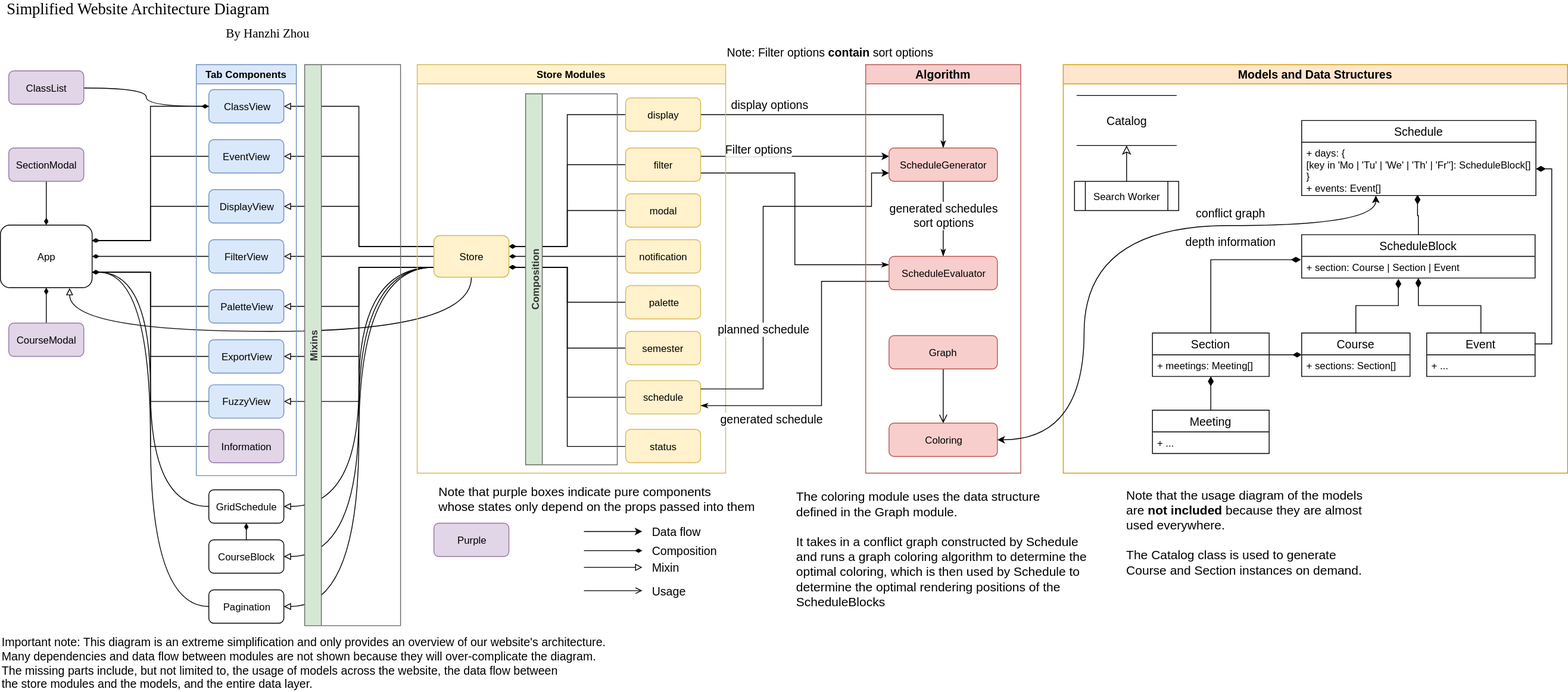
Before: docs/Website Architecture.svg, a diagram exported from draw.io (awesome-schedule/plannable). Source tidied: cells renumbered, new cells last; positions are measured from the earlier drawing's top-left corner, leaving out a move shared by most shapes.
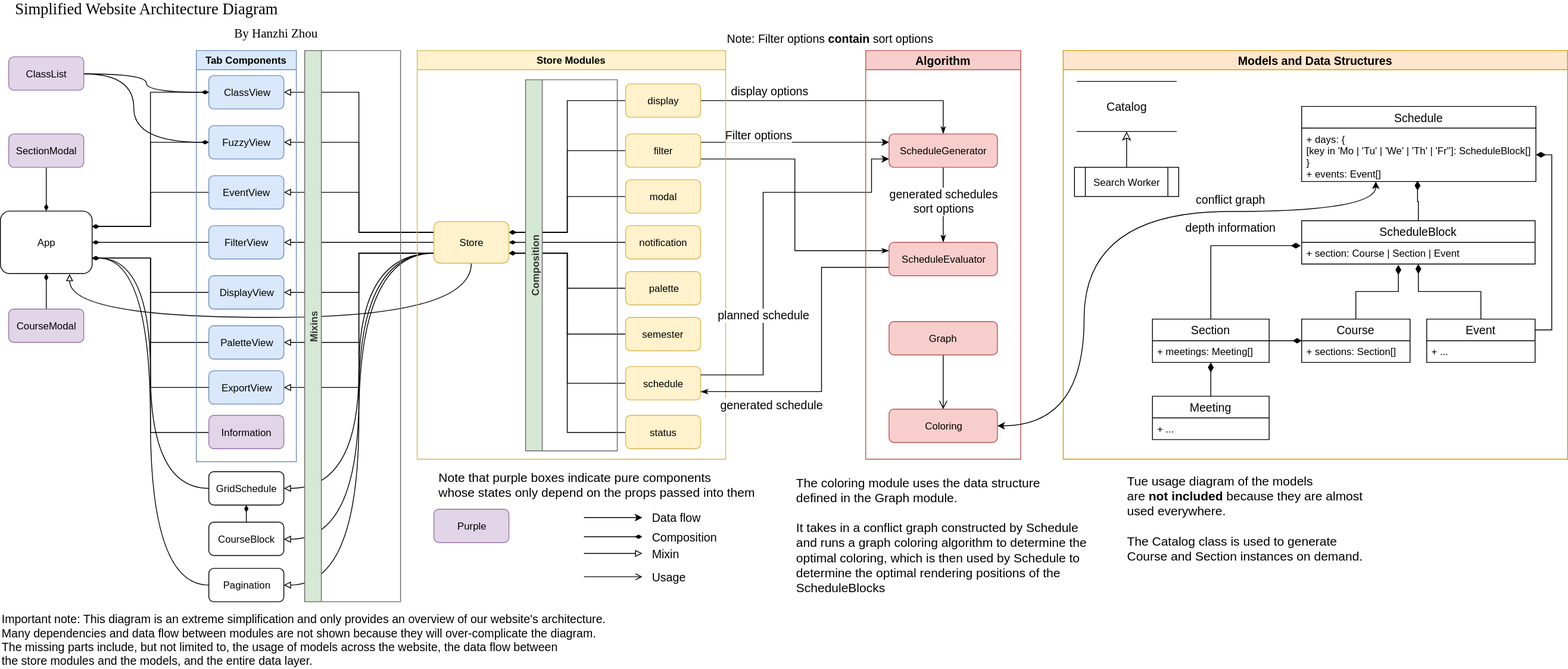
Above is the later version.

Commit message:
generate architecture svg

What changed in the source:
```diff
@@ -34,2 +34,5 @@
     </mxCell>
+    <mxCell id="15" style="edgeStyle=orthogonalEdgeStyle;rounded=0;jettySize=auto;html=1;exitX=0;exitY=0.75;exitDx=0;exitDy=0;entryX=1;entryY=0.5;entryDx=0;entryDy=0;endArrow=block;endFill=0;startArrow=none;startFill=0;" parent="1" edge="1" source="21" target="38">
+      <mxGeometry relative="1" as="geometry" />
+    </mxCell>
     <mxCell id="12" style="edgeStyle=orthogonalEdgeStyle;rounded=0;jettySize=auto;html=1;exitX=0;exitY=0.75;exitDx=0;exitDy=0;entryX=1;entryY=0.5;entryDx=0;entryDy=0;endArrow=block;endFill=0;startArrow=none;startFill=0;" parent="1" edge="1" source="21" target="44">
@@ -37,5 +40,5 @@
     </mxCell>
-    <mxCell id="13" style="edgeStyle=orthogonalEdgeStyle;rounded=0;jettySize=auto;html=1;exitX=0;exitY=0.75;exitDx=0;exitDy=0;entryX=1;entryY=0.5;entryDx=0;entryDy=0;endArrow=block;endFill=0;startArrow=none;startFill=0;" parent="1" edge="1" source="21" target="46">
-      <mxGeometry relative="1" as="geometry" />
-    </mxCell>
+    <mxCell id="20" style="edgeStyle=orthogonalEdgeStyle;rounded=0;jettySize=auto;html=1;exitX=0;exitY=0.25;exitDx=0;exitDy=0;entryX=1;entryY=0.5;entryDx=0;entryDy=0;endArrow=block;endFill=0;startArrow=none;startFill=0;" parent="1" edge="1" source="21" target="50">
+      <mxGeometry relative="1" as="geometry" />
+    </mxCell>
     <mxCell id="14" style="edgeStyle=orthogonalEdgeStyle;rounded=0;jettySize=auto;html=1;exitX=0;exitY=0.25;exitDx=0;exitDy=0;entryX=1;entryY=0.5;entryDx=0;entryDy=0;endArrow=block;endFill=0;startArrow=none;startFill=0;" parent="1" edge="1" source="21" target="36">
@@ -43,5 +46,2 @@
     </mxCell>
-    <mxCell id="15" style="edgeStyle=orthogonalEdgeStyle;rounded=0;jettySize=auto;html=1;exitX=0;exitY=0.25;exitDx=0;exitDy=0;entryX=1;entryY=0.5;entryDx=0;entryDy=0;endArrow=block;endFill=0;startArrow=none;startFill=0;" parent="1" edge="1" source="21" target="38">
-      <mxGeometry relative="1" as="geometry" />
-    </mxCell>
     <mxCell id="16" style="edgeStyle=orthogonalEdgeStyle;curved=1;rounded=0;jettySize=auto;html=1;exitX=0;exitY=0.75;exitDx=0;exitDy=0;startArrow=none;startFill=0;endArrow=block;endFill=0;entryX=1;entryY=0.5;entryDx=0;entryDy=0;" parent="1" edge="1" source="21" target="61">
@@ -63,5 +63,5 @@
     </mxCell>
-    <mxCell id="20" style="edgeStyle=orthogonalEdgeStyle;rounded=0;jettySize=auto;html=1;exitX=0;exitY=0.75;exitDx=0;exitDy=0;entryX=1;entryY=0.5;entryDx=0;entryDy=0;endArrow=block;endFill=0;" parent="1" edge="1" source="21" target="50">
-      <mxGeometry relative="1" as="geometry" />
-    </mxCell>
+    <mxCell id="13" style="edgeStyle=orthogonalEdgeStyle;rounded=0;jettySize=auto;html=1;exitX=0;exitY=0.75;exitDx=0;exitDy=0;entryX=1;entryY=0.5;entryDx=0;entryDy=0;endArrow=block;endFill=0;" parent="1" edge="1" source="21" target="46">
+      <mxGeometry relative="1" as="geometry" />
+    </mxCell>
     <mxCell id="21" value="Store" style="rounded=1;whiteSpace=wrap;html=1;fillColor=#fff2cc;strokeColor=#d6b656;" parent="1" vertex="1">
@@ -119,2 +119,8 @@
     </mxCell>
+    <mxCell id="121" style="edgeStyle=orthogonalEdgeStyle;rounded=0;jettySize=auto;html=1;exitX=0;exitY=0.5;exitDx=0;exitDy=0;entryX=1;entryY=0.25;entryDx=0;entryDy=0;endArrow=diamondThin;endFill=1;" parent="1" edge="1" source="50" target="40">
+      <mxGeometry relative="1" as="geometry" />
+    </mxCell>
+    <mxCell id="50" value="FuzzyView" style="rounded=1;whiteSpace=wrap;html=1;fillColor=#dae8fc;strokeColor=#6c8ebf;" parent="1" vertex="1">
+      <mxGeometry x="250" y="167" width="90" height="40" as="geometry" />
+    </mxCell>
     <mxCell id="35" style="edgeStyle=orthogonalEdgeStyle;rounded=0;jettySize=auto;html=1;exitX=0;exitY=0.5;exitDx=0;exitDy=0;entryX=1;entryY=0.25;entryDx=0;entryDy=0;endArrow=diamondThin;endFill=1;" parent="1" edge="1" source="36" target="40">
@@ -123,10 +129,4 @@
     <mxCell id="36" value="EventView" style="rounded=1;whiteSpace=wrap;html=1;fillColor=#dae8fc;strokeColor=#6c8ebf;" parent="1" vertex="1">
-      <mxGeometry x="250" y="167" width="90" height="40" as="geometry" />
+      <mxGeometry x="250" y="227" width="90" height="40" as="geometry" />
     </mxCell>
-    <mxCell id="37" style="edgeStyle=orthogonalEdgeStyle;rounded=0;jettySize=auto;html=1;exitX=0;exitY=0.5;exitDx=0;exitDy=0;entryX=1;entryY=0.25;entryDx=0;entryDy=0;endArrow=diamondThin;endFill=1;" parent="1" edge="1" source="38" target="40">
-      <mxGeometry relative="1" as="geometry" />
-    </mxCell>
-    <mxCell id="38" value="DisplayView" style="rounded=1;whiteSpace=wrap;html=1;fillColor=#dae8fc;strokeColor=#6c8ebf;" parent="1" vertex="1">
-      <mxGeometry x="250" y="227" width="90" height="40" as="geometry" />
-    </mxCell>
     <mxCell id="39" style="edgeStyle=orthogonalEdgeStyle;rounded=0;jettySize=auto;html=1;exitX=1;exitY=0.25;exitDx=0;exitDy=0;entryX=0;entryY=0.5;entryDx=0;entryDy=0;endArrow=none;endFill=0;startArrow=diamondThin;startFill=1;" parent="1" edge="1" source="40" target="34">
@@ -148,3 +148,9 @@
     </mxCell>
+    <mxCell id="37" style="edgeStyle=orthogonalEdgeStyle;rounded=0;jettySize=auto;html=1;exitX=0;exitY=0.5;exitDx=0;exitDy=0;entryX=1;entryY=0.75;entryDx=0;entryDy=0;endArrow=diamondThin;endFill=1;" parent="1" edge="1" source="38" target="40">
+      <mxGeometry relative="1" as="geometry" />
+    </mxCell>
+    <mxCell id="38" value="DisplayView" style="rounded=1;whiteSpace=wrap;html=1;fillColor=#dae8fc;strokeColor=#6c8ebf;" parent="1" vertex="1">
+      <mxGeometry x="250" y="347" width="90" height="40" as="geometry" />
+    </mxCell>
-    <mxCell id="43" style="edgeStyle=orthogonalEdgeStyle;rounded=0;jettySize=auto;html=1;exitX=0;exitY=0.5;exitDx=0;exitDy=0;entryX=1;entryY=0.75;entryDx=0;entryDy=0;endArrow=diamondThin;endFill=1;" parent="1" edge="1" source="44" target="40">
+    <mxCell id="43" style="edgeStyle=orthogonalEdgeStyle;rounded=0;jettySize=auto;html=1;exitX=0;exitY=0.5;exitDx=0;exitDy=0;endArrow=diamondThin;endFill=1;entryX=1;entryY=0.75;entryDx=0;entryDy=0;" parent="1" edge="1" source="44" target="40">
       <mxGeometry relative="1" as="geometry" />
@@ -152,10 +158,4 @@
     <mxCell id="44" value="PaletteView" style="rounded=1;whiteSpace=wrap;html=1;fillColor=#dae8fc;strokeColor=#6c8ebf;" parent="1" vertex="1">
-      <mxGeometry x="250" y="347" width="90" height="40" as="geometry" />
+      <mxGeometry x="250" y="407" width="90" height="40" as="geometry" />
     </mxCell>
-    <mxCell id="45" style="edgeStyle=orthogonalEdgeStyle;rounded=0;jettySize=auto;html=1;exitX=0;exitY=0.5;exitDx=0;exitDy=0;endArrow=diamondThin;endFill=1;entryX=1;entryY=0.75;entryDx=0;entryDy=0;" parent="1" edge="1" source="46" target="40">
-      <mxGeometry relative="1" as="geometry" />
-    </mxCell>
-    <mxCell id="46" value="ExportView" style="rounded=1;whiteSpace=wrap;html=1;fillColor=#dae8fc;strokeColor=#6c8ebf;" parent="1" vertex="1">
-      <mxGeometry x="250" y="407" width="90" height="40" as="geometry" />
-    </mxCell>
     <mxCell id="47" style="edgeStyle=orthogonalEdgeStyle;rounded=0;jettySize=auto;html=1;exitX=0;exitY=0.5;exitDx=0;exitDy=0;entryX=1;entryY=0.75;entryDx=0;entryDy=0;endArrow=diamondThin;endFill=1;" parent="1" edge="1" source="49" target="40">
@@ -169,5 +169,5 @@
     </mxCell>
-    <mxCell id="50" value="FuzzyView" style="rounded=1;whiteSpace=wrap;html=1;fillColor=#dae8fc;strokeColor=#6c8ebf;" parent="48" vertex="1">
-      <mxGeometry x="15" y="384" width="90" height="40" as="geometry" />
-    </mxCell>
+    <mxCell id="46" value="ExportView" style="rounded=1;whiteSpace=wrap;html=1;fillColor=#dae8fc;strokeColor=#6c8ebf;" parent="48" vertex="1">
+      <mxGeometry x="15" y="384" width="90" height="40" as="geometry" />
+    </mxCell>
     <mxCell id="51" value="Store Modules" style="swimlane;startSize=23;fillColor=#fff2cc;strokeColor=#d6b656;" parent="1" vertex="1">
@@ -185,7 +185,20 @@
     <mxCell id="55" value="Mixins" style="swimlane;html=1;horizontal=0;startSize=20;fillColor=#D5E8D4;strokeColor=#666666;fontColor=#333333;shadow=0;glass=0;noLabel=0;" parent="1" vertex="1">
-      <mxGeometry x="365" y="77" width="115" height="673" as="geometry" />
+      <mxGeometry x="365" y="77" width="115" height="661" as="geometry" />
     </mxCell>
-    <mxCell id="56" style="edgeStyle=orthogonalEdgeStyle;rounded=0;jettySize=auto;html=1;entryX=0;entryY=0.5;entryDx=0;entryDy=0;startArrow=none;startFill=0;endArrow=diamondThin;endFill=1;curved=1;" parent="1" edge="1" source="57" target="34">
-      <mxGeometry relative="1" as="geometry" />
+    <mxCell id="56" style="rounded=0;jettySize=auto;html=1;entryX=0;entryY=0.5;entryDx=0;entryDy=0;startArrow=none;startFill=0;endArrow=diamondThin;endFill=1;edgeStyle=orthogonalEdgeStyle;curved=1;" parent="1" edge="1" source="57" target="34">
+      <mxGeometry relative="1" as="geometry">
+        <Array as="points">
+          <mxPoint x="175" y="105" />
+          <mxPoint x="175" y="127" />
+        </Array>
+      </mxGeometry>
     </mxCell>
+    <mxCell id="122" style="edgeStyle=orthogonalEdgeStyle;rounded=0;jettySize=auto;html=1;exitX=1;exitY=0.5;exitDx=0;exitDy=0;entryX=0;entryY=0.5;entryDx=0;entryDy=0;curved=1;endArrow=diamondThin;endFill=1;" parent="1" edge="1" source="57" target="50">
+      <mxGeometry relative="1" as="geometry">
+        <Array as="points">
+          <mxPoint x="160" y="105" />
+          <mxPoint x="160" y="187" />
+        </Array>
+      </mxGeometry>
+    </mxCell>
     <mxCell id="57" value="ClassList" style="rounded=1;whiteSpace=wrap;html=1;shadow=0;glass=0;fillColor=#e1d5e7;strokeColor=#9673a6;" parent="1" vertex="1">
@@ -197,3 +210,3 @@
     <mxCell id="59" value="Pagination" style="rounded=1;whiteSpace=wrap;html=1;" parent="1" vertex="1">
-      <mxGeometry x="250" y="707" width="90" height="40" as="geometry" />
+      <mxGeometry x="250" y="698" width="90" height="40" as="geometry" />
     </mxCell>
@@ -203,3 +216,3 @@
     <mxCell id="61" value="GridSchedule" style="rounded=1;whiteSpace=wrap;html=1;" parent="1" vertex="1">
-      <mxGeometry x="250" y="587" width="90" height="40" as="geometry" />
+      <mxGeometry x="250" y="582" width="90" height="40" as="geometry" />
     </mxCell>
@@ -209,3 +222,3 @@
     <mxCell id="63" value="CourseBlock" style="rounded=1;whiteSpace=wrap;html=1;" parent="1" vertex="1">
-      <mxGeometry x="250" y="647" width="90" height="40" as="geometry" />
+      <mxGeometry x="250" y="642.5" width="90" height="40" as="geometry" />
     </mxCell>
@@ -271,8 +284,8 @@
     </mxCell>
-    <mxCell id="78" style="edgeStyle=orthogonalEdgeStyle;rounded=0;orthogonalLoop=1;jettySize=auto;html=1;fontSize=14;" parent="1" edge="1">
-      <mxGeometry relative="1" as="geometry">
-        <mxPoint x="700" y="637" as="sourcePoint" />
-        <mxPoint x="770" y="637" as="targetPoint" />
-      </mxGeometry>
-    </mxCell>
+    <mxCell id="123" style="edgeStyle=orthogonalEdgeStyle;rounded=0;orthogonalLoop=1;jettySize=auto;html=1;fontSize=14;" parent="1" edge="1">
+      <mxGeometry relative="1" as="geometry">
+        <mxPoint x="700" y="637" as="sourcePoint" />
+        <mxPoint x="770" y="637" as="targetPoint" />
+      </mxGeometry>
+    </mxCell>
     <mxCell id="79" value="Data flow" style="text;html=1;align=left;verticalAlign=top;spacingTop=-4;fontSize=14;" parent="1" vertex="1">
@@ -280,8 +293,8 @@
     </mxCell>
-    <mxCell id="80" style="edgeStyle=orthogonalEdgeStyle;rounded=0;orthogonalLoop=1;jettySize=auto;html=1;fontSize=14;endArrow=diamondThin;endFill=1;" parent="1" edge="1">
-      <mxGeometry relative="1" as="geometry">
-        <mxPoint x="700" y="660" as="sourcePoint" />
-        <mxPoint x="770" y="660" as="targetPoint" />
-      </mxGeometry>
-    </mxCell>
+    <mxCell id="124" style="edgeStyle=orthogonalEdgeStyle;rounded=0;orthogonalLoop=1;jettySize=auto;html=1;fontSize=14;endArrow=diamondThin;endFill=1;" parent="1" edge="1">
+      <mxGeometry relative="1" as="geometry">
+        <mxPoint x="700" y="660" as="sourcePoint" />
+        <mxPoint x="770" y="660" as="targetPoint" />
+      </mxGeometry>
+    </mxCell>
     <mxCell id="81" value="Composition" style="text;html=1;align=left;verticalAlign=top;spacingTop=-4;fontSize=14;" parent="1" vertex="1">
@@ -289,8 +302,8 @@
     </mxCell>
-    <mxCell id="82" style="edgeStyle=orthogonalEdgeStyle;rounded=0;orthogonalLoop=1;jettySize=auto;html=1;fontSize=14;endArrow=block;endFill=0;" parent="1" edge="1">
-      <mxGeometry relative="1" as="geometry">
-        <mxPoint x="700" y="680" as="sourcePoint" />
-        <mxPoint x="770" y="680" as="targetPoint" />
-      </mxGeometry>
-    </mxCell>
+    <mxCell id="125" style="edgeStyle=orthogonalEdgeStyle;rounded=0;orthogonalLoop=1;jettySize=auto;html=1;fontSize=14;endArrow=block;endFill=0;" parent="1" edge="1">
+      <mxGeometry relative="1" as="geometry">
+        <mxPoint x="700" y="680" as="sourcePoint" />
+        <mxPoint x="770" y="680" as="targetPoint" />
+      </mxGeometry>
+    </mxCell>
     <mxCell id="83" value="Mixin" style="text;html=1;align=left;verticalAlign=top;spacingTop=-4;fontSize=14;" parent="1" vertex="1">
@@ -396,8 +409,8 @@
     </mxCell>
-    <mxCell id="114" style="edgeStyle=orthogonalEdgeStyle;rounded=0;orthogonalLoop=1;jettySize=auto;html=1;fontSize=14;endArrow=open;endFill=0;" parent="1" edge="1">
-      <mxGeometry relative="1" as="geometry">
-        <mxPoint x="700" y="708" as="sourcePoint" />
-        <mxPoint x="770" y="708" as="targetPoint" />
-      </mxGeometry>
-    </mxCell>
+    <mxCell id="126" style="edgeStyle=orthogonalEdgeStyle;rounded=0;orthogonalLoop=1;jettySize=auto;html=1;fontSize=14;endArrow=open;endFill=0;" parent="1" edge="1">
+      <mxGeometry relative="1" as="geometry">
+        <mxPoint x="700" y="708" as="sourcePoint" />
+        <mxPoint x="770" y="708" as="targetPoint" />
+      </mxGeometry>
+    </mxCell>
     <mxCell id="115" value="Usage" style="text;html=1;align=left;verticalAlign=top;spacingTop=-4;fontSize=14;" parent="1" vertex="1">
@@ -408,17 +421,17 @@
     </mxCell>
-    <mxCell id="117" value="&lt;div style=&quot;text-align: left ; font-size: 15px&quot;&gt;Note that the usage diagram of the models&amp;nbsp;&lt;/div&gt;&lt;div style=&quot;text-align: left ; font-size: 15px&quot;&gt;are &lt;b&gt;not&amp;nbsp;&lt;/b&gt;&lt;b&gt;included&lt;/b&gt;&lt;span&gt; because they are almost&amp;nbsp;&lt;/span&gt;&lt;/div&gt;&lt;div style=&quot;text-align: left ; font-size: 15px&quot;&gt;&lt;span&gt;used&amp;nbsp;&lt;/span&gt;&lt;span&gt;everywhere.&lt;/span&gt;&lt;/div&gt;&lt;div style=&quot;text-align: left ; font-size: 15px&quot;&gt;&lt;br&gt;&lt;/div&gt;&lt;div style=&quot;text-align: left ; font-size: 15px&quot;&gt;The Catalog class is used to generate&amp;nbsp;&lt;/div&gt;&lt;div style=&quot;text-align: left ; font-size: 15px&quot;&gt;Course and Section instances on demand.&lt;/div&gt;" style="text;html=1;align=center;verticalAlign=middle;fillColor=none;strokeColor=none;rounded=0;shadow=0;glass=0;fontSize=15;" parent="1" vertex="1">
-      <mxGeometry x="1345" y="582" width="300" height="110" as="geometry" />
-    </mxCell>
+    <mxCell id="127" value="&lt;div style=&quot;text-align: left ; font-size: 15px&quot;&gt;Tue usage diagram of the models&amp;nbsp;&lt;/div&gt;&lt;div style=&quot;text-align: left ; font-size: 15px&quot;&gt;are &lt;b&gt;not&amp;nbsp;&lt;/b&gt;&lt;b&gt;included&lt;/b&gt;&lt;span&gt; because they are almost&amp;nbsp;&lt;/span&gt;&lt;/div&gt;&lt;div style=&quot;text-align: left ; font-size: 15px&quot;&gt;&lt;span&gt;used&amp;nbsp;&lt;/span&gt;&lt;span&gt;everywhere.&lt;/span&gt;&lt;/div&gt;&lt;div style=&quot;text-align: left ; font-size: 15px&quot;&gt;&lt;br&gt;&lt;/div&gt;&lt;div style=&quot;text-align: left ; font-size: 15px&quot;&gt;The Catalog class is used to generate&amp;nbsp;&lt;/div&gt;&lt;div style=&quot;text-align: left ; font-size: 15px&quot;&gt;Course and Section instances on demand.&lt;/div&gt;" style="text;html=1;align=center;verticalAlign=middle;fillColor=none;strokeColor=none;rounded=0;shadow=0;glass=0;fontSize=15;" parent="1" vertex="1">
+      <mxGeometry x="1345" y="582" width="300" height="110" as="geometry" />
+    </mxCell>
     <mxCell id="118" value="&lt;font face=&quot;Verdana&quot;&gt;&lt;span style=&quot;font-size: 19px&quot;&gt;Simplified Website Architecture Diagram&lt;/span&gt;&lt;/font&gt;" style="text;html=1;align=center;verticalAlign=middle;fillColor=none;strokeColor=none;rounded=0;labelBackgroundColor=none;fontSize=14;" parent="1" vertex="1">
-      <mxGeometry width="400" height="20" as="geometry" />
+      <mxGeometry x="10" y="17" width="400" height="20" as="geometry" />
     </mxCell>
     <mxCell id="119" value="&lt;font face=&quot;Verdana&quot; style=&quot;font-size: 15px&quot;&gt;By Hanzhi Zhou&lt;/font&gt;" style="text;html=1;align=center;verticalAlign=middle;fillColor=none;strokeColor=none;rounded=0;labelBackgroundColor=none;fontSize=14;" parent="1" vertex="1">
-      <mxGeometry x="265" y="28.5" width="130" height="20" as="geometry" />
+      <mxGeometry x="275" y="45.5" width="130" height="20" as="geometry" />
     </mxCell>
     <mxCell id="120" value="Important note: This diagram is an extreme simplification and only provides an overview of our website's architecture. &lt;br&gt;Many dependencies and data flow between modules are not shown because they will over-complicate the diagram. &lt;br&gt;The missing parts include, but not limited to, the usage of models across the website, the data flow between&lt;br&gt;the store&amp;nbsp;modules and the models, and the entire data layer.&amp;nbsp;" style="text;align=left;verticalAlign=top;spacingTop=-4;fontSize=14;labelBorderColor=none;html=1;" parent="1" vertex="1">
-      <mxGeometry y="759" width="740" height="70" as="geometry" />
+      <mxGeometry y="748" width="740" height="70" as="geometry" />
     </mxCell>
-    <mxCell id="121" style="edgeStyle=orthogonalEdgeStyle;rounded=0;jettySize=auto;html=1;exitX=0;exitY=0.5;exitDx=0;exitDy=0;entryX=1;entryY=0.75;entryDx=0;entryDy=0;endArrow=diamondThin;endFill=1;" parent="1" edge="1" source="50" target="40">
-      <mxGeometry relative="1" as="geometry" />
-    </mxCell>
+    <mxCell id="45" style="edgeStyle=orthogonalEdgeStyle;rounded=0;jettySize=auto;html=1;exitX=0;exitY=0.5;exitDx=0;exitDy=0;entryX=1;entryY=0.75;entryDx=0;entryDy=0;endArrow=diamondThin;endFill=1;" parent="1" edge="1" source="46" target="40">
+      <mxGeometry relative="1" as="geometry" />
+    </mxCell>
   </root>
```
